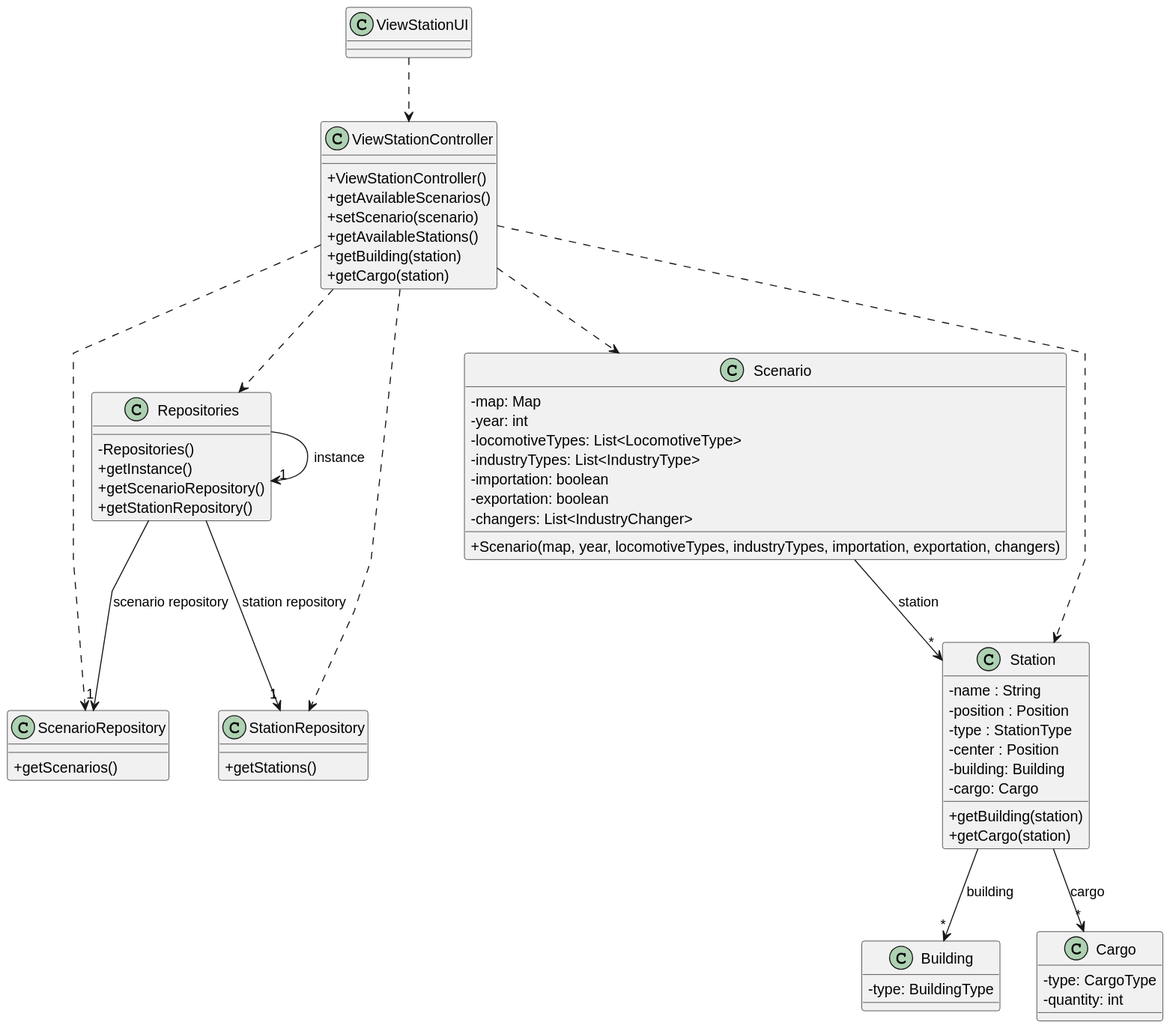
Earlier version of the PlantUML export Sprint2/US007/03.design/svg/US007-CD.svg (1240935/pi2-railway-simulator).
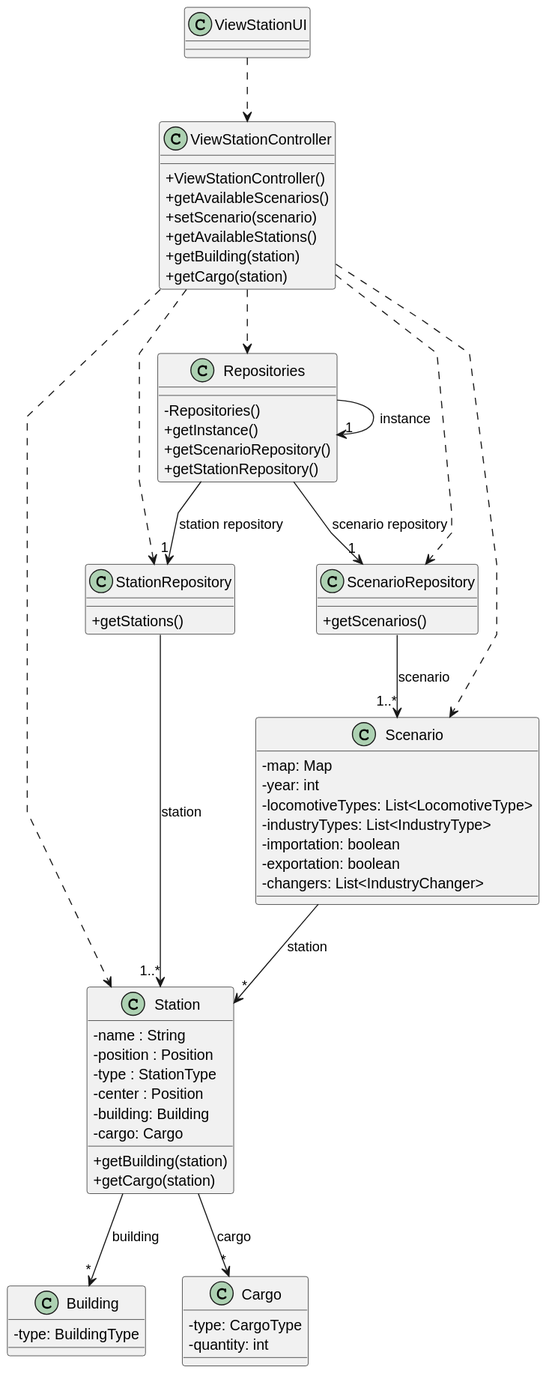
Later version of the same file.

The edit, as a diff of the source:
```diff
@@ -42,7 +42,6 @@
     -importation: boolean
     -exportation: boolean
     -changers: List<IndustryChanger>
-    +Scenario(map, year, locomotiveTypes, industryTypes, importation, exportation, changers)
 }
 
 
@@ -77,7 +76,8 @@
 Repositories -> "1" Repositories : instance
 Repositories --> "1" ScenarioRepository : scenario repository
 Repositories --> "1" StationRepository : station repository
-
+ScenarioRepository --> "1..*" Scenario : scenario
+StationRepository --> "1..*" Station : station
 Scenario --> "*" Station : station
 
 Station --> "*" Building : building
```
